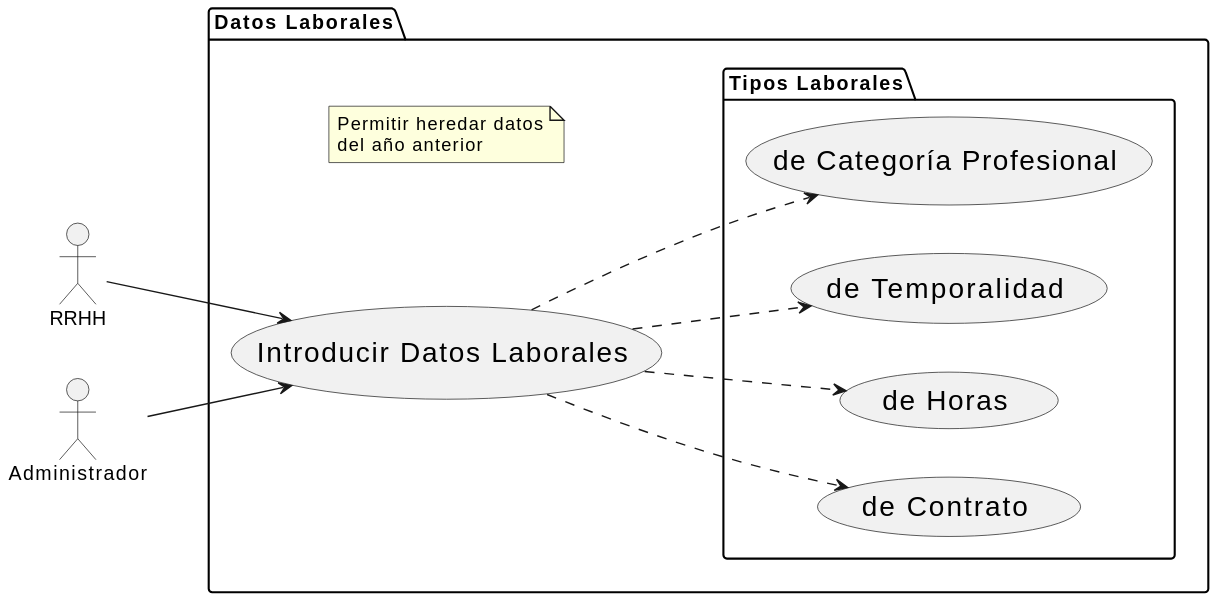
mmasias/24-25-IdSw1-SDR keeps this PlantUML diagram as images/modelosUML/CdU/Individuales/IntroducirDatosLaborales.svg. Above is the earlier version.
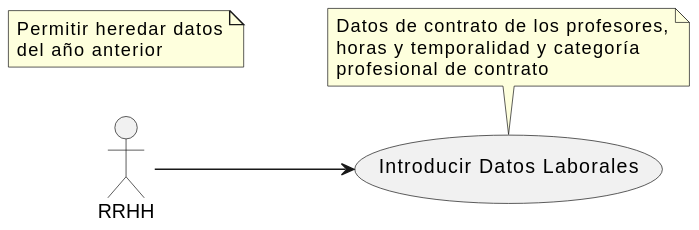
The same diagram one commit later.

What changed in the source:
```diff
@@ -1,30 +1,16 @@
 @startuml
 left to right direction
 
-skinparam usecase {
-    FontSize 20
-}
+actor "RRHH" as rrhh
 
-actor "RRHH" as rrhh
-actor "Administrador" as admin
+usecase "Introducir Datos Laborales" as datosLab
+note top of datosLab
+    Datos de contrato de los profesores,
+    horas y temporalidad y categoría
+    profesional de contrato
+end note
 
-package "Datos Laborales" as datosLabPackage {
-    usecase "Introducir Datos Laborales" as datosLab
-
-    package "Tipos Laborales" {
-        usecase "de Contrato" as contrato
-        usecase "de Horas" as horas
-        usecase "de Temporalidad" as temp
-        usecase "de Categoría Profesional" as catProf
-    }
-    note "Permitir heredar datos\ndel año anterior" as notaDatosLab
-}
-
-datosLab ..> contrato
-datosLab ..> horas
-datosLab ..> temp
-datosLab ..> catProf
+note "Permitir heredar datos\ndel año anterior" as notaDatosLab
 
 rrhh --> datosLab
-admin --> datosLab
 @enduml
```
